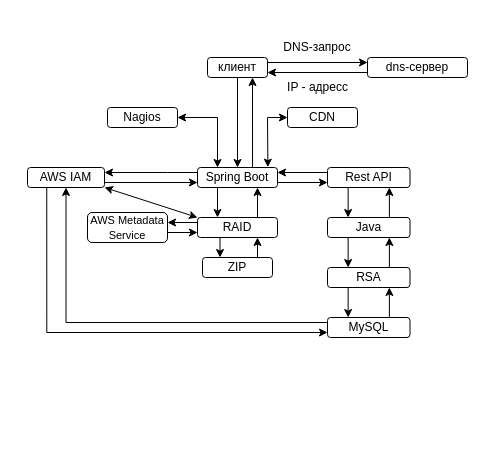
Before: Untitled Diagram.drawio in vvha/Vvha, a draw.io diagram. Source tidied: cells renumbered, new cells numbered last; positions are measured from the earlier drawing's top-left corner, leaving out a move shared by most shapes. Both pictures are drawn from the tidied source at 100%, with x=0, y=0 at pixel (27, 37).
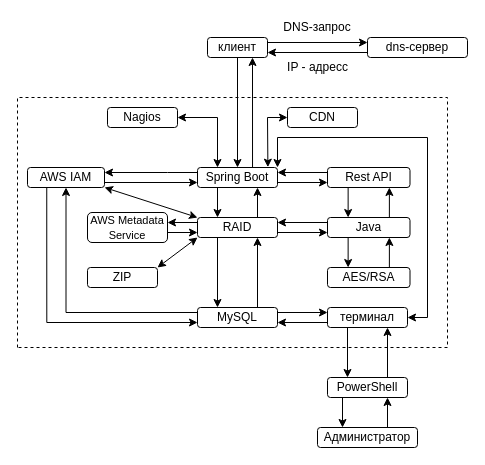
After the change.

Unchanged cells that the change refers to:
```xml
<mxCell id="19" value="RAID" style="rounded=1;whiteSpace=wrap;html=1;" parent="1" vertex="1">
  <mxGeometry x="170" y="180" width="80" height="20" as="geometry" />
</mxCell>
<mxCell id="31" value="Java" style="rounded=1;whiteSpace=wrap;html=1;" parent="1" vertex="1">
  <mxGeometry x="300" y="180" width="82.5" height="20" as="geometry" />
</mxCell>
```

Diff of the diagram source:
```diff
@@
     <mxCell id="4" value="клиент" style="rounded=1;whiteSpace=wrap;html=1;" parent="1" vertex="1">
-      <mxGeometry x="180" y="20" width="60" height="20" as="geometry" />
+      <mxGeometry x="180" width="60" height="20" as="geometry" />
     </mxCell>
@@
     <mxCell id="6" value="dns-сервер" style="rounded=1;whiteSpace=wrap;html=1;" parent="1" vertex="1">
-      <mxGeometry x="340" y="20" width="100" height="20" as="geometry" />
+      <mxGeometry x="340" width="100" height="20" as="geometry" />
     </mxCell>
     <mxCell id="7" value="DNS-запрос" style="text;html=1;strokeColor=none;fillColor=none;align=center;verticalAlign=middle;whiteSpace=wrap;rounded=0;" parent="1" vertex="1">
-      <mxGeometry x="250" width="80" height="20" as="geometry" />
+      <mxGeometry x="250" y="-20" width="80" height="20" as="geometry" />
     </mxCell>
     <mxCell id="8" value="IP - адресс" style="text;html=1;strokeColor=none;fillColor=none;align=center;verticalAlign=middle;whiteSpace=wrap;rounded=0;" parent="1" vertex="1">
-      <mxGeometry x="257.5" y="40" width="65" height="20" as="geometry" />
+      <mxGeometry x="257.5" y="20" width="65" height="20" as="geometry" />
     </mxCell>
-    <mxCell id="9" style="edgeStyle=orthogonalEdgeStyle;rounded=0;jettySize=auto;html=1;exitX=0.75;exitY=0;exitDx=0;exitDy=0;entryX=0.75;entryY=1;entryDx=0;entryDy=0;" parent="1" edge="1" source="10" target="19">
-      <mxGeometry relative="1" as="geometry" />
-    </mxCell>
     <mxCell id="10" value="ZIP" style="rounded=1;whiteSpace=wrap;html=1;" parent="1" vertex="1">
-      <mxGeometry x="175" y="220" width="70" height="20" as="geometry" />
+      <mxGeometry x="60" y="230" width="70" height="20" as="geometry" />
     </mxCell>
@@
-    <mxCell id="12" style="edgeStyle=orthogonalEdgeStyle;rounded=0;jettySize=auto;html=1;exitX=0.25;exitY=1;exitDx=0;exitDy=0;entryX=0.25;entryY=0;entryDx=0;entryDy=0;" parent="1" edge="1" source="13" target="16">
-      <mxGeometry relative="1" as="geometry" />
-    </mxCell>
-    <mxCell id="13" value="RSA" style="rounded=1;whiteSpace=wrap;html=1;" parent="1" vertex="1">
+    <mxCell id="13" value="AES/RSA" style="rounded=1;whiteSpace=wrap;html=1;" parent="1" vertex="1">
       <mxGeometry x="300" y="230" width="82.5" height="20" as="geometry" />
     </mxCell>
@@
-    <mxCell id="15" style="edgeStyle=orthogonalEdgeStyle;rounded=0;jettySize=auto;html=1;exitX=0.75;exitY=0;exitDx=0;exitDy=0;entryX=0.75;entryY=1;entryDx=0;entryDy=0;" parent="1" edge="1" source="16" target="13">
-      <mxGeometry relative="1" as="geometry" />
-    </mxCell>
+    <mxCell id="43" style="edgeStyle=orthogonalEdgeStyle;rounded=0;jettySize=auto;html=1;exitX=0.75;exitY=0;exitDx=0;exitDy=0;entryX=0.75;entryY=1;entryDx=0;entryDy=0;" parent="1" edge="1" source="16" target="19">
+      <mxGeometry relative="1" as="geometry" />
+    </mxCell>
+    <mxCell id="44" style="edgeStyle=orthogonalEdgeStyle;rounded=0;jettySize=auto;html=1;exitX=1;exitY=0.25;exitDx=0;exitDy=0;entryX=0;entryY=0.25;entryDx=0;entryDy=0;" parent="1" edge="1" source="16" target="50">
+      <mxGeometry relative="1" as="geometry" />
+    </mxCell>
     <mxCell id="16" value="MySQL" style="rounded=1;whiteSpace=wrap;html=1;" parent="1" vertex="1">
-      <mxGeometry x="300" y="280" width="82.5" height="20" as="geometry" />
+      <mxGeometry x="170" y="270" width="80" height="20" as="geometry" />
     </mxCell>
@@
-    <mxCell id="18" style="edgeStyle=orthogonalEdgeStyle;rounded=0;jettySize=auto;html=1;exitX=0.25;exitY=1;exitDx=0;exitDy=0;entryX=0.25;entryY=0;entryDx=0;entryDy=0;" parent="1" edge="1" source="19" target="10">
-      <mxGeometry relative="1" as="geometry" />
-    </mxCell>
+    <mxCell id="45" style="edgeStyle=orthogonalEdgeStyle;rounded=0;jettySize=auto;html=1;exitX=1;exitY=0.75;exitDx=0;exitDy=0;entryX=0;entryY=0.75;entryDx=0;entryDy=0;" parent="1" edge="1" source="19" target="31">
+      <mxGeometry relative="1" as="geometry" />
+    </mxCell>
+    <mxCell id="46" style="edgeStyle=orthogonalEdgeStyle;rounded=0;jettySize=auto;html=1;exitX=0.25;exitY=1;exitDx=0;exitDy=0;entryX=0.25;entryY=0;entryDx=0;entryDy=0;" parent="1" edge="1" source="19" target="16">
+      <mxGeometry relative="1" as="geometry" />
+    </mxCell>
@@
+    <mxCell id="47" style="edgeStyle=orthogonalEdgeStyle;rounded=0;jettySize=auto;html=1;exitX=0;exitY=0.25;exitDx=0;exitDy=0;entryX=1;entryY=0.25;entryDx=0;entryDy=0;" parent="1" edge="1" source="31" target="19">
+      <mxGeometry relative="1" as="geometry" />
+    </mxCell>
@@
+    <mxCell id="9" style="endArrow=classic;startArrow=classic;html=1;rounded=0;exitX=1;exitY=0;exitDx=0;exitDy=0;entryX=0;entryY=1;entryDx=0;entryDy=0;" parent="1" edge="1" source="10" target="19">
+      <mxGeometry relative="1" as="geometry" />
+    </mxCell>
+    <mxCell id="48" style="edgeStyle=orthogonalEdgeStyle;rounded=0;jettySize=auto;html=1;exitX=0;exitY=0.75;exitDx=0;exitDy=0;entryX=1;entryY=0.75;entryDx=0;entryDy=0;" parent="1" edge="1" source="50" target="16">
+      <mxGeometry relative="1" as="geometry" />
+    </mxCell>
+    <mxCell id="49" style="edgeStyle=orthogonalEdgeStyle;rounded=0;jettySize=auto;html=1;exitX=0.25;exitY=1;exitDx=0;exitDy=0;entryX=0.25;entryY=0;entryDx=0;entryDy=0;" parent="1" edge="1" source="50" target="54">
+      <mxGeometry relative="1" as="geometry" />
+    </mxCell>
+    <mxCell id="50" value="терминал" style="rounded=1;whiteSpace=wrap;html=1;" parent="1" vertex="1">
+      <mxGeometry x="300" y="270" width="80" height="20" as="geometry" />
+    </mxCell>
+    <mxCell id="51" style="endArrow=classic;startArrow=classic;html=1;rounded=0;entryX=1;entryY=0.5;entryDx=0;entryDy=0;" parent="1" edge="1" target="50">
+      <mxGeometry relative="1" as="geometry">
+        <mxPoint x="250" y="130" as="sourcePoint" />
+        <Array as="points">
+          <mxPoint x="250" y="100" />
+          <mxPoint x="400" y="100" />
+          <mxPoint x="400" y="280" />
+        </Array>
+      </mxGeometry>
+    </mxCell>
+    <mxCell id="52" style="edgeStyle=orthogonalEdgeStyle;rounded=0;jettySize=auto;html=1;exitX=0.25;exitY=1;exitDx=0;exitDy=0;entryX=0.25;entryY=0;entryDx=0;entryDy=0;" parent="1" edge="1" source="54" target="56">
+      <mxGeometry relative="1" as="geometry" />
+    </mxCell>
+    <mxCell id="53" style="edgeStyle=orthogonalEdgeStyle;rounded=0;jettySize=auto;html=1;exitX=0.75;exitY=0;exitDx=0;exitDy=0;entryX=0.75;entryY=1;entryDx=0;entryDy=0;" parent="1" edge="1" source="54" target="50">
+      <mxGeometry relative="1" as="geometry" />
+    </mxCell>
+    <mxCell id="54" value="PowerShell" style="rounded=1;whiteSpace=wrap;html=1;" parent="1" vertex="1">
+      <mxGeometry x="300" y="340" width="80" height="20" as="geometry" />
+    </mxCell>
+    <mxCell id="55" style="edgeStyle=orthogonalEdgeStyle;rounded=0;jettySize=auto;html=1;exitX=0.75;exitY=0;exitDx=0;exitDy=0;entryX=0.75;entryY=1;entryDx=0;entryDy=0;" parent="1" edge="1" source="56" target="54">
+      <mxGeometry relative="1" as="geometry" />
+    </mxCell>
+    <mxCell id="56" value="Администратор" style="rounded=1;whiteSpace=wrap;html=1;" parent="1" vertex="1">
+      <mxGeometry x="290" y="390" width="100" height="20" as="geometry" />
+    </mxCell>
+    <mxCell id="57" style="endArrow=none;dashed=1;html=1;rounded=0;" parent="1" edge="1">
+      <mxGeometry relative="1" as="geometry">
+        <mxPoint x="-10" y="310" as="sourcePoint" />
+        <mxPoint x="-10" y="310" as="targetPoint" />
+        <Array as="points">
+          <mxPoint x="-10" y="60" />
+          <mxPoint x="420" y="60" />
+          <mxPoint x="420" y="310" />
+        </Array>
+      </mxGeometry>
+    </mxCell>
```
